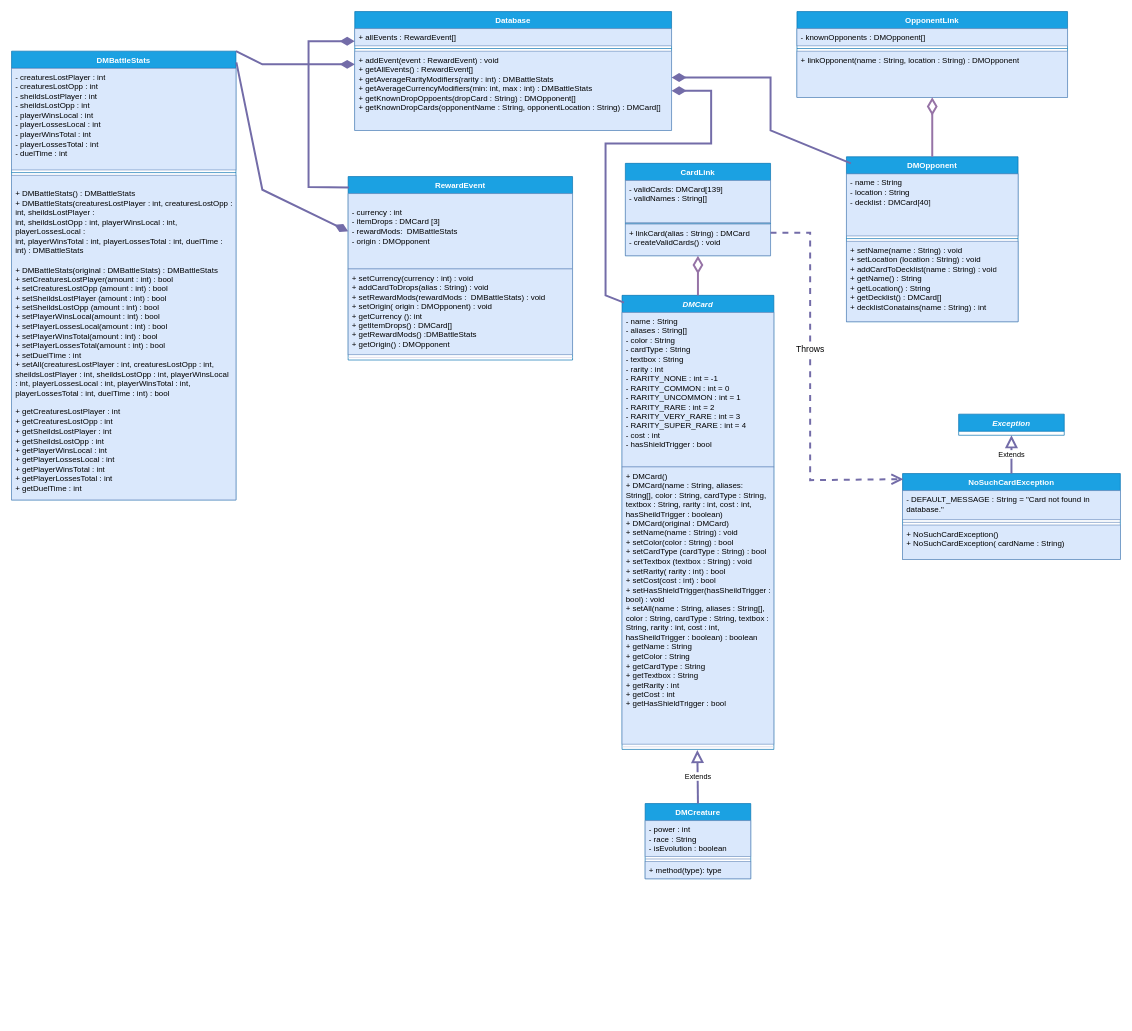
The draw.io diagram UML.drawio in MiraCosta-Varga/cs112-ud1-oop-uml-schoolCorey, before the edit. Source tidied: cells renumbered, new cells numbered last; positions are measured from the earlier drawing's top-left corner, leaving out a move shared by most shapes. Both pictures are drawn from the tidied source at 66%, with x=0, y=0 at pixel (11, 11).
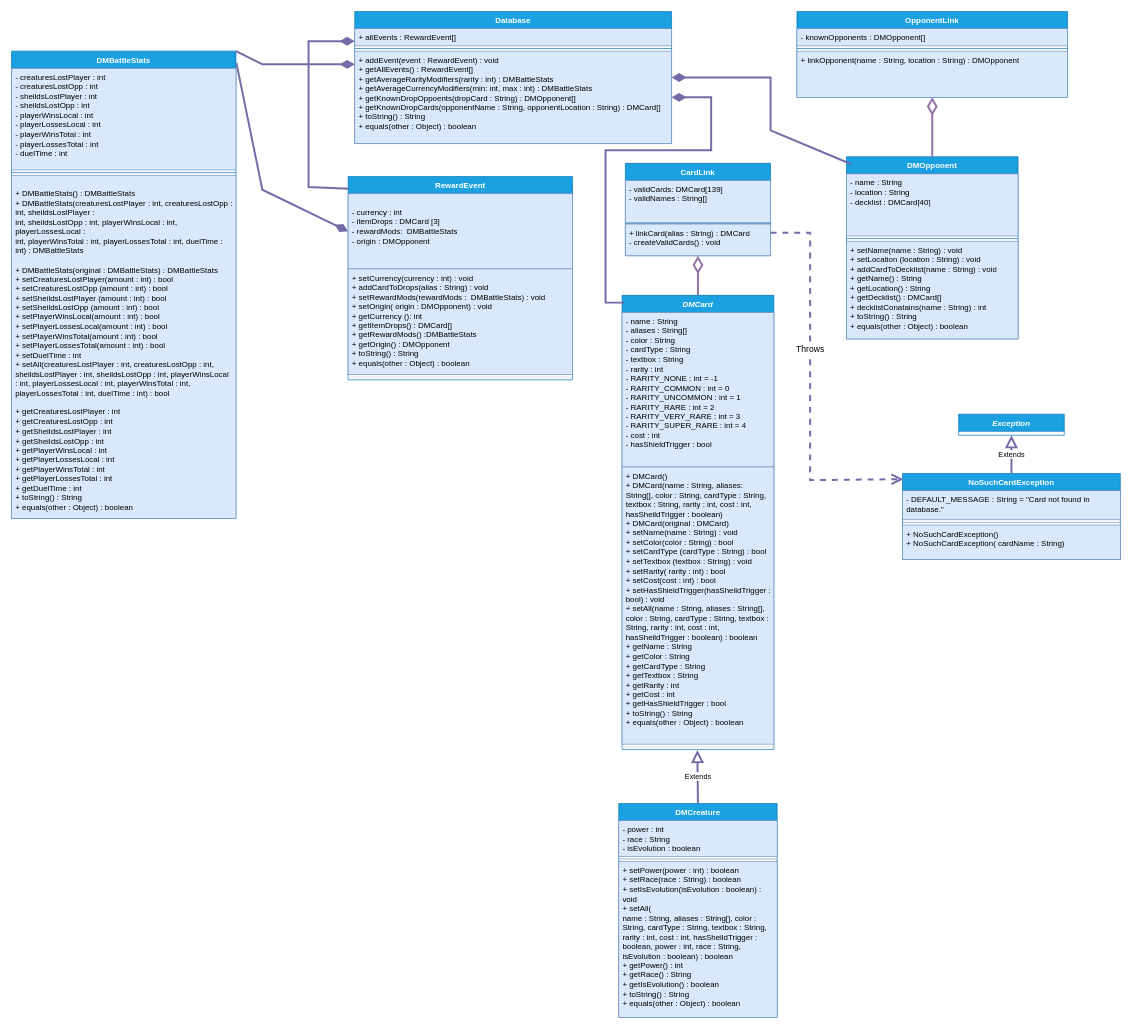
The same diagram, later.

Commit message:
rememberd more required methods & DMCreature methods for UML

Unchanged cells that the change refers to:
```xml
<mxCell id="6" value="&lt;i&gt;DMCard&lt;/i&gt;" style="swimlane;fontStyle=1;align=center;verticalAlign=top;horizontal=1;startSize=26;whiteSpace=wrap;html=1;rounded=0;labelBackgroundColor=none;fillColor=#1ba1e2;strokeColor=#006EAF;fontColor=#ffffff;" parent="1" vertex="1">
  <mxGeometry x="925" y="430" width="230" height="688" as="geometry" />
</mxCell>
```

The edit, as a diff of the source:
```diff
@@
     <mxCell id="2" value="RewardEvent" style="swimlane;fontStyle=1;align=center;verticalAlign=top;horizontal=1;startSize=26;whiteSpace=wrap;html=1;rounded=0;labelBackgroundColor=none;fillColor=#1ba1e2;strokeColor=#006EAF;fontColor=#ffffff;" parent="1" vertex="1">
-      <mxGeometry x="510" y="250" width="340" height="278" as="geometry" />
+      <mxGeometry x="510" y="250" width="340" height="308" as="geometry" />
     </mxCell>
@@
-    <mxCell id="4" value="&lt;div&gt;+ setCurrency(currency : int) : void&lt;br&gt;&lt;/div&gt;&lt;div&gt;+ addCardToDrops(alias : String) : void&lt;/div&gt;&lt;div&gt;+ setRewardMods(rewardMods :&amp;nbsp; DMBattleStats) : void&lt;br&gt;&lt;/div&gt;&lt;div&gt;+ setOrigin( origin : DMOpponent) : void&lt;br&gt;&lt;/div&gt;&lt;div&gt;+ getCurrency (): int&lt;/div&gt;&lt;div&gt;+ getItemDrops() : DMCard[]&lt;/div&gt;&lt;div&gt;+ getRewardMods() :DMBattleStats&lt;/div&gt;+ getOrigin() : DMOpponent" style="text;strokeColor=#6c8ebf;fillColor=#dae8fc;align=left;verticalAlign=top;spacingLeft=4;spacingRight=4;overflow=hidden;whiteSpace=wrap;html=1;rounded=0;labelBackgroundColor=none;" parent="2" vertex="1">
-      <mxGeometry y="140" width="340" height="130" as="geometry" />
+    <mxCell id="4" value="&lt;div&gt;+ setCurrency(currency : int) : void&lt;br&gt;&lt;/div&gt;&lt;div&gt;+ addCardToDrops(alias : String) : void&lt;/div&gt;&lt;div&gt;+ setRewardMods(rewardMods :&amp;nbsp; DMBattleStats) : void&lt;br&gt;&lt;/div&gt;&lt;div&gt;+ setOrigin( origin : DMOpponent) : void&lt;br&gt;&lt;/div&gt;&lt;div&gt;+ getCurrency (): int&lt;/div&gt;&lt;div&gt;+ getItemDrops() : DMCard[]&lt;/div&gt;&lt;div&gt;+ getRewardMods() :DMBattleStats&lt;/div&gt;+ getOrigin() : DMOpponent&lt;br&gt;&lt;div style=&quot;border-color: var(--border-color);&quot;&gt;+ toString() : String&lt;/div&gt;&lt;div style=&quot;border-color: var(--border-color);&quot;&gt;+ equals(other : Object) : boolean&lt;/div&gt;" style="text;strokeColor=#6c8ebf;fillColor=#dae8fc;align=left;verticalAlign=top;spacingLeft=4;spacingRight=4;overflow=hidden;whiteSpace=wrap;html=1;rounded=0;labelBackgroundColor=none;" parent="2" vertex="1">
+      <mxGeometry y="140" width="340" height="160" as="geometry" />
     </mxCell>
     <mxCell id="5" style="line;strokeWidth=1;fillColor=none;align=left;verticalAlign=middle;spacingTop=-1;spacingLeft=3;spacingRight=3;labelPosition=right;rounded=0;labelBackgroundColor=none;strokeColor=#D0CEE2;fontColor=#1A1A1A;" parent="2" vertex="1">
-      <mxGeometry y="270" width="340" height="8" as="geometry" />
+      <mxGeometry y="300" width="340" height="8" as="geometry" />
     </mxCell>
@@
-    <mxCell id="8" value="&lt;div&gt;+ DMCard()&lt;/div&gt;&lt;div&gt;+ DMCard(name : String, aliases: String[], color : String, cardType : String, textbox : String, rarity : int, cost : int, hasSheildTrigger : boolean)&lt;/div&gt;&lt;div&gt;+ DMCard(original : DMCard)&lt;br&gt;&lt;/div&gt;&lt;div&gt;+ setName(name : String) : void&lt;br&gt;&lt;/div&gt;&lt;div&gt;+ setColor(color : String) : bool&lt;br&gt;&lt;/div&gt;&lt;div&gt;+ setCardType (cardType : String) : bool&lt;br&gt;&lt;/div&gt;&lt;div&gt;+ setTextbox (textbox : String) : void&lt;br&gt;&lt;/div&gt;&lt;div&gt;+ setRarity( rarity : int) : bool&lt;br&gt;&lt;/div&gt;&lt;div&gt;+ setCost(cost : int) : bool&lt;br&gt;&lt;/div&gt;&lt;div&gt;+ setHasShieldTrigger(hasSheildTrigger : bool) : void&lt;/div&gt;&lt;div&gt;+ setAll(name : String, aliases : String[], color : String, cardType : String, textbox : String, rarity : int, cost : int, hasSheildTrigger : boolean) : boolean&lt;br&gt;&lt;/div&gt;&lt;div&gt;&lt;div&gt;+ getName : String&lt;/div&gt;&lt;div&gt;+ getColor : String&lt;br&gt;&lt;/div&gt;&lt;div&gt;+ getCardType : String&lt;/div&gt;&lt;div&gt;+ getTextbox : String&lt;br&gt;&lt;/div&gt;&lt;div&gt;+ getRarity : int&lt;/div&gt;&lt;div&gt;+ getCost : int&lt;/div&gt;&lt;div&gt;+ getHasShieldTrigger : bool&lt;br&gt;&lt;/div&gt;&lt;div&gt;&lt;br&gt;&lt;br&gt;&lt;/div&gt;&lt;br&gt;&lt;br&gt;&lt;/div&gt;" style="text;strokeColor=#6c8ebf;fillColor=#dae8fc;align=left;verticalAlign=top;spacingLeft=4;spacingRight=4;overflow=hidden;whiteSpace=wrap;html=1;rounded=0;labelBackgroundColor=none;" parent="6" vertex="1">
+    <mxCell id="8" value="&lt;div&gt;+ DMCard()&lt;/div&gt;&lt;div&gt;+ DMCard(name : String, aliases: String[], color : String, cardType : String, textbox : String, rarity : int, cost : int, hasSheildTrigger : boolean)&lt;/div&gt;&lt;div&gt;+ DMCard(original : DMCard)&lt;br&gt;&lt;/div&gt;&lt;div&gt;+ setName(name : String) : void&lt;br&gt;&lt;/div&gt;&lt;div&gt;+ setColor(color : String) : bool&lt;br&gt;&lt;/div&gt;&lt;div&gt;+ setCardType (cardType : String) : bool&lt;br&gt;&lt;/div&gt;&lt;div&gt;+ setTextbox (textbox : String) : void&lt;br&gt;&lt;/div&gt;&lt;div&gt;+ setRarity( rarity : int) : bool&lt;br&gt;&lt;/div&gt;&lt;div&gt;+ setCost(cost : int) : bool&lt;br&gt;&lt;/div&gt;&lt;div&gt;+ setHasShieldTrigger(hasSheildTrigger : bool) : void&lt;/div&gt;&lt;div&gt;+ setAll(name : String, aliases : String[], color : String, cardType : String, textbox : String, rarity : int, cost : int, hasSheildTrigger : boolean) : boolean&lt;br&gt;&lt;/div&gt;&lt;div&gt;&lt;div&gt;+ getName : String&lt;/div&gt;&lt;div&gt;+ getColor : String&lt;br&gt;&lt;/div&gt;&lt;div&gt;+ getCardType : String&lt;/div&gt;&lt;div&gt;+ getTextbox : String&lt;br&gt;&lt;/div&gt;&lt;div&gt;+ getRarity : int&lt;/div&gt;&lt;div&gt;+ getCost : int&lt;/div&gt;&lt;div&gt;+ getHasShieldTrigger : bool&lt;br&gt;&lt;/div&gt;&lt;div&gt;+ toString() : String&lt;/div&gt;&lt;div&gt;+ equals(other : Object) : boolean&lt;br&gt;&lt;br&gt;&lt;/div&gt;&lt;br&gt;&lt;br&gt;&lt;/div&gt;" style="text;strokeColor=#6c8ebf;fillColor=#dae8fc;align=left;verticalAlign=top;spacingLeft=4;spacingRight=4;overflow=hidden;whiteSpace=wrap;html=1;rounded=0;labelBackgroundColor=none;" parent="6" vertex="1">
       <mxGeometry y="260" width="230" height="420" as="geometry" />
     </mxCell>
@@
     <mxCell id="10" value="DMBattleStats" style="swimlane;fontStyle=1;align=center;verticalAlign=top;horizontal=1;startSize=26;whiteSpace=wrap;html=1;strokeColor=#006EAF;fontColor=#ffffff;fillColor=#1ba1e2;" parent="1" vertex="1">
-      <mxGeometry y="60" width="340" height="680" as="geometry" />
+      <mxGeometry y="60" width="340" height="708" as="geometry" />
     </mxCell>
@@
-    <mxCell id="13" value="&lt;br&gt;&lt;div&gt;+ DMBattleStats() : DMBattleStats&lt;/div&gt;&lt;div&gt;+ DMBattleStats(creaturesLostPlayer : int, creaturesLostOpp : int, sheildsLostPlayer : &lt;br&gt;int, sheildsLostOpp : int, playerWinsLocal : int, playerLossesLocal : &lt;br&gt;int, playerWinsTotal : int, playerLossesTotal : int, duelTime : int) : DMBattleStats&lt;/div&gt;&lt;div&gt;&lt;br&gt;&lt;/div&gt;&lt;div&gt;+ DMBattleStats(original : DMBattleStats) : DMBattleStats&lt;br&gt;&lt;/div&gt;&lt;div&gt;+ setCreaturesLostPlayer(amount : int) : bool&lt;/div&gt;&lt;div&gt;+ setCreaturesLostOpp (amount : int) : bool&lt;br&gt;&lt;/div&gt;&lt;div&gt;+ setSheildsLostPlayer (amount : int) : bool&lt;br&gt;&lt;/div&gt;&lt;div&gt;+ setSheildsLostOpp (amount : int) : bool&lt;br&gt;&lt;/div&gt;&lt;div&gt;+ setPlayerWinsLocal(amount : int) : bool&lt;br&gt;&lt;/div&gt;&lt;div&gt;+ setPlayerLossesLocal(amount : int) : bool&lt;br&gt;&lt;/div&gt;&lt;div&gt;&lt;div&gt;+ setPlayerWinsTotal(amount : int) : bool&lt;br&gt;&lt;/div&gt;+ setPlayerLossesTotal(amount : int) : bool&lt;br&gt;&lt;/div&gt;&lt;div&gt;+ setDuelTime : int&lt;br&gt;&lt;/div&gt;&lt;div&gt;+ setAll(creaturesLostPlayer : int, creaturesLostOpp : int, sheildsLostPlayer : int, sheildsLostOpp : int, playerWinsLocal : int, playerLossesLocal : int, playerWinsTotal : int, playerLossesTotal : int, duelTime : int) : bool&lt;/div&gt;&lt;div&gt;&lt;br&gt;&lt;/div&gt;&lt;div&gt;&lt;div&gt;+ getCreaturesLostPlayer : int&lt;/div&gt;&lt;div&gt;+ getCreaturesLostOpp : int&lt;/div&gt;&lt;div&gt;+ getSheildsLostPlayer : int&lt;/div&gt;&lt;div&gt;+ getSheildsLostOpp : int&lt;/div&gt;&lt;div&gt;+ getPlayerWinsLocal : int&lt;/div&gt;&lt;div&gt;+ getPlayerLossesLocal : int&lt;/div&gt;&lt;div&gt;&lt;div&gt;+ getPlayerWinsTotal : int&lt;/div&gt;+ getPlayerLossesTotal : int&lt;/div&gt;&lt;div&gt;+ getDuelTime : int&lt;br&gt;&lt;/div&gt;&lt;/div&gt;" style="text;strokeColor=#6c8ebf;fillColor=#dae8fc;align=left;verticalAlign=top;spacingLeft=4;spacingRight=4;overflow=hidden;whiteSpace=wrap;html=1;" parent="10" vertex="1">
-      <mxGeometry y="188" width="340" height="492" as="geometry" />
+    <mxCell id="13" value="&lt;br&gt;&lt;div&gt;+ DMBattleStats() : DMBattleStats&lt;/div&gt;&lt;div&gt;+ DMBattleStats(creaturesLostPlayer : int, creaturesLostOpp : int, sheildsLostPlayer : &lt;br&gt;int, sheildsLostOpp : int, playerWinsLocal : int, playerLossesLocal : &lt;br&gt;int, playerWinsTotal : int, playerLossesTotal : int, duelTime : int) : DMBattleStats&lt;/div&gt;&lt;div&gt;&lt;br&gt;&lt;/div&gt;&lt;div&gt;+ DMBattleStats(original : DMBattleStats) : DMBattleStats&lt;br&gt;&lt;/div&gt;&lt;div&gt;+ setCreaturesLostPlayer(amount : int) : bool&lt;/div&gt;&lt;div&gt;+ setCreaturesLostOpp (amount : int) : bool&lt;br&gt;&lt;/div&gt;&lt;div&gt;+ setSheildsLostPlayer (amount : int) : bool&lt;br&gt;&lt;/div&gt;&lt;div&gt;+ setSheildsLostOpp (amount : int) : bool&lt;br&gt;&lt;/div&gt;&lt;div&gt;+ setPlayerWinsLocal(amount : int) : bool&lt;br&gt;&lt;/div&gt;&lt;div&gt;+ setPlayerLossesLocal(amount : int) : bool&lt;br&gt;&lt;/div&gt;&lt;div&gt;&lt;div&gt;+ setPlayerWinsTotal(amount : int) : bool&lt;br&gt;&lt;/div&gt;+ setPlayerLossesTotal(amount : int) : bool&lt;br&gt;&lt;/div&gt;&lt;div&gt;+ setDuelTime : int&lt;br&gt;&lt;/div&gt;&lt;div&gt;+ setAll(creaturesLostPlayer : int, creaturesLostOpp : int, sheildsLostPlayer : int, sheildsLostOpp : int, playerWinsLocal : int, playerLossesLocal : int, playerWinsTotal : int, playerLossesTotal : int, duelTime : int) : bool&lt;/div&gt;&lt;div&gt;&lt;br&gt;&lt;/div&gt;&lt;div&gt;&lt;div&gt;+ getCreaturesLostPlayer : int&lt;/div&gt;&lt;div&gt;+ getCreaturesLostOpp : int&lt;/div&gt;&lt;div&gt;+ getSheildsLostPlayer : int&lt;/div&gt;&lt;div&gt;+ getSheildsLostOpp : int&lt;/div&gt;&lt;div&gt;+ getPlayerWinsLocal : int&lt;/div&gt;&lt;div&gt;+ getPlayerLossesLocal : int&lt;/div&gt;&lt;div&gt;&lt;div&gt;+ getPlayerWinsTotal : int&lt;/div&gt;+ getPlayerLossesTotal : int&lt;/div&gt;&lt;div&gt;+ getDuelTime : int&lt;br&gt;&lt;/div&gt;&lt;/div&gt;&lt;div&gt;&lt;div style=&quot;border-color: var(--border-color);&quot;&gt;+ toString() : String&lt;/div&gt;&lt;div style=&quot;border-color: var(--border-color);&quot;&gt;+ equals(other : Object) : boolean&lt;/div&gt;&lt;/div&gt;" style="text;strokeColor=#6c8ebf;fillColor=#dae8fc;align=left;verticalAlign=top;spacingLeft=4;spacingRight=4;overflow=hidden;whiteSpace=wrap;html=1;" parent="10" vertex="1">
+      <mxGeometry y="188" width="340" height="520" as="geometry" />
     </mxCell>
     <mxCell id="14" value="DMOpponent" style="swimlane;fontStyle=1;align=center;verticalAlign=top;horizontal=1;startSize=26;whiteSpace=wrap;html=1;strokeColor=#006EAF;fontColor=#ffffff;fillColor=#1ba1e2;" parent="1" vertex="1">
-      <mxGeometry x="1265" y="220" width="260" height="250" as="geometry" />
+      <mxGeometry x="1265" y="220" width="260" height="276" as="geometry" />
     </mxCell>
@@
-    <mxCell id="17" value="&lt;div&gt;+ setName(name : String) : void&lt;/div&gt;&lt;div&gt;+ setLocation (location : String) : void&lt;/div&gt;&lt;div&gt;+ addCardToDecklist(name : String) : void&lt;br&gt;&lt;/div&gt;&lt;div&gt;+ getName() : String&lt;/div&gt;&lt;div&gt;+ getLocation() : String&lt;/div&gt;&lt;div&gt;+ getDecklist() : DMCard[]&lt;/div&gt;&lt;div&gt;+ decklistConatains(name : String) : int&lt;br&gt;&lt;/div&gt;" style="text;strokeColor=#6c8ebf;fillColor=#dae8fc;align=left;verticalAlign=top;spacingLeft=4;spacingRight=4;overflow=hidden;whiteSpace=wrap;html=1;" parent="14" vertex="1">
-      <mxGeometry y="128" width="260" height="122" as="geometry" />
+    <mxCell id="17" value="&lt;div&gt;+ setName(name : String) : void&lt;/div&gt;&lt;div&gt;+ setLocation (location : String) : void&lt;/div&gt;&lt;div&gt;+ addCardToDecklist(name : String) : void&lt;br&gt;&lt;/div&gt;&lt;div&gt;+ getName() : String&lt;/div&gt;&lt;div&gt;+ getLocation() : String&lt;/div&gt;&lt;div&gt;+ getDecklist() : DMCard[]&lt;/div&gt;&lt;div&gt;+ decklistConatains(name : String) : int&lt;br&gt;&lt;/div&gt;&lt;div&gt;&lt;div style=&quot;border-color: var(--border-color);&quot;&gt;+ toString() : String&lt;/div&gt;&lt;div style=&quot;border-color: var(--border-color);&quot;&gt;+ equals(other : Object) : boolean&lt;/div&gt;&lt;/div&gt;" style="text;strokeColor=#6c8ebf;fillColor=#dae8fc;align=left;verticalAlign=top;spacingLeft=4;spacingRight=4;overflow=hidden;whiteSpace=wrap;html=1;" parent="14" vertex="1">
+      <mxGeometry y="128" width="260" height="148" as="geometry" />
     </mxCell>
@@
     <mxCell id="20" value="Database" style="swimlane;fontStyle=1;align=center;verticalAlign=top;horizontal=1;startSize=26;whiteSpace=wrap;html=1;strokeColor=#006EAF;fillColor=#1ba1e2;fontColor=#ffffff;" parent="1" vertex="1">
-      <mxGeometry x="520" width="480" height="180" as="geometry" />
+      <mxGeometry x="520" width="480" height="200" as="geometry" />
     </mxCell>
@@
-    <mxCell id="23" value="&lt;div&gt;&lt;span style=&quot;background-color: initial;&quot;&gt;+ addEvent(event : RewardEvent) : void&lt;/span&gt;&lt;br&gt;&lt;/div&gt;&lt;div&gt;+ getAllEvents() : RewardEvent[]&lt;br&gt;&lt;/div&gt;&lt;div&gt;&lt;div style=&quot;border-color: var(--border-color);&quot;&gt;+ getAverageRarityModifiers(rarity : int) : DMBattleStats&lt;/div&gt;&lt;div style=&quot;border-color: var(--border-color);&quot;&gt;&lt;div style=&quot;border-color: var(--border-color);&quot;&gt;+ getAverageCurrencyModifiers(min: int, max : int) : DMBattleStats&lt;/div&gt;&lt;/div&gt;&lt;div style=&quot;border-color: var(--border-color);&quot;&gt;+ getKnownDropOppoents(dropCard : String) : DMOpponent[]&lt;/div&gt;&lt;div style=&quot;border-color: var(--border-color);&quot;&gt;+ getKnownDropCards(opponentName : String, opponentLocation : String) : DMCard[]&lt;/div&gt;&lt;/div&gt;" style="text;strokeColor=#6c8ebf;fillColor=#dae8fc;align=left;verticalAlign=top;spacingLeft=4;spacingRight=4;overflow=hidden;points=[[0,0.5],[1,0.5]];portConstraint=eastwest;whiteSpace=wrap;html=1;" parent="20" vertex="1">
-      <mxGeometry y="60" width="480" height="120" as="geometry" />
+    <mxCell id="23" value="&lt;div&gt;&lt;span style=&quot;background-color: initial;&quot;&gt;+ addEvent(event : RewardEvent) : void&lt;/span&gt;&lt;br&gt;&lt;/div&gt;&lt;div&gt;+ getAllEvents() : RewardEvent[]&lt;br&gt;&lt;/div&gt;&lt;div&gt;&lt;div style=&quot;border-color: var(--border-color);&quot;&gt;+ getAverageRarityModifiers(rarity : int) : DMBattleStats&lt;/div&gt;&lt;div style=&quot;border-color: var(--border-color);&quot;&gt;&lt;div style=&quot;border-color: var(--border-color);&quot;&gt;+ getAverageCurrencyModifiers(min: int, max : int) : DMBattleStats&lt;/div&gt;&lt;/div&gt;&lt;div style=&quot;border-color: var(--border-color);&quot;&gt;+ getKnownDropOppoents(dropCard : String) : DMOpponent[]&lt;/div&gt;&lt;div style=&quot;border-color: var(--border-color);&quot;&gt;+ getKnownDropCards(opponentName : String, opponentLocation : String) : DMCard[]&lt;/div&gt;&lt;/div&gt;&lt;div style=&quot;border-color: var(--border-color);&quot;&gt;&lt;div style=&quot;border-color: var(--border-color);&quot;&gt;+ toString() : String&lt;/div&gt;&lt;div style=&quot;border-color: var(--border-color);&quot;&gt;+ equals(other : Object) : boolean&lt;/div&gt;&lt;/div&gt;" style="text;strokeColor=#6c8ebf;fillColor=#dae8fc;align=left;verticalAlign=top;spacingLeft=4;spacingRight=4;overflow=hidden;points=[[0,0.5],[1,0.5]];portConstraint=eastwest;whiteSpace=wrap;html=1;" parent="20" vertex="1">
+      <mxGeometry y="60" width="480" height="140" as="geometry" />
     </mxCell>
     <mxCell id="24" value="DMCreature" style="swimlane;fontStyle=1;align=center;verticalAlign=top;horizontal=1;startSize=26;whiteSpace=wrap;html=1;fillColor=#1ba1e2;strokeColor=#006EAF;fontColor=#ffffff;" parent="1" vertex="1">
-      <mxGeometry x="960" y="1200" width="160" height="114" as="geometry" />
+      <mxGeometry x="920" y="1200" width="240" height="324" as="geometry" />
     </mxCell>
     <mxCell id="25" value="&lt;div&gt;- power : int&lt;/div&gt;&lt;div&gt;- race : String&lt;br&gt;&lt;/div&gt;&lt;div&gt;- isEvolution : boolean&lt;br&gt;&lt;/div&gt;" style="text;strokeColor=#6c8ebf;fillColor=#dae8fc;align=left;verticalAlign=top;spacingLeft=4;spacingRight=4;overflow=hidden;whiteSpace=wrap;html=1;" parent="24" vertex="1">
-      <mxGeometry y="26" width="160" height="54" as="geometry" />
+      <mxGeometry y="26" width="240" height="54" as="geometry" />
     </mxCell>
     <mxCell id="26" style="line;strokeWidth=1;fillColor=#dae8fc;align=left;verticalAlign=middle;spacingTop=-1;spacingLeft=3;spacingRight=3;labelPosition=right;strokeColor=#6c8ebf;" parent="24" vertex="1">
-      <mxGeometry y="80" width="160" height="8" as="geometry" />
+      <mxGeometry y="80" width="240" height="8" as="geometry" />
     </mxCell>
-    <mxCell id="27" value="+ method(type): type" style="text;strokeColor=#6c8ebf;fillColor=#dae8fc;align=left;verticalAlign=top;spacingLeft=4;spacingRight=4;overflow=hidden;whiteSpace=wrap;html=1;" parent="24" vertex="1">
-      <mxGeometry y="88" width="160" height="26" as="geometry" />
+    <mxCell id="27" value="&lt;div style=&quot;border-color: var(--border-color);&quot;&gt;+ setPower(power : int) : boolean&lt;/div&gt;&lt;div style=&quot;border-color: var(--border-color);&quot;&gt;+ setRace(race : String) : boolean&lt;/div&gt;&lt;div style=&quot;border-color: var(--border-color);&quot;&gt;+ setIsEvolution(isEvolution : boolean) : void&lt;/div&gt;&lt;div style=&quot;border-color: var(--border-color);&quot;&gt;+ setAll(&lt;/div&gt;name : String, aliases : String[], color : String, cardType : String, textbox : String, rarity : int, cost : int, hasSheildTrigger : boolean, power : int, race : String, isEvolution : boolean&lt;span style=&quot;background-color: initial;&quot;&gt;) : boolean&lt;/span&gt;&lt;br&gt;&lt;div style=&quot;border-color: var(--border-color);&quot;&gt;+ getPower() : int&lt;/div&gt;&lt;div style=&quot;border-color: var(--border-color);&quot;&gt;+ getRace() : String&lt;/div&gt;&lt;div style=&quot;border-color: var(--border-color);&quot;&gt;+ getIsEvolution() : boolean&lt;/div&gt;&lt;div style=&quot;border-color: var(--border-color);&quot;&gt;+ toString() : String&lt;/div&gt;&lt;div style=&quot;border-color: var(--border-color);&quot;&gt;+ equals(other : Object) : boolean&lt;/div&gt;" style="text;strokeColor=#6c8ebf;fillColor=#dae8fc;align=left;verticalAlign=top;spacingLeft=4;spacingRight=4;overflow=hidden;whiteSpace=wrap;html=1;" parent="24" vertex="1">
+      <mxGeometry y="88" width="240" height="236" as="geometry" />
     </mxCell>
@@
-    <mxCell id="33" style="endArrow=diamondThin;endFill=1;endSize=14;html=1;rounded=0;strokeColor=#736CA8;fontColor=#1A1A1A;entryX=0;entryY=0.25;entryDx=0;entryDy=0;strokeWidth=3;exitX=0.003;exitY=0.06;exitDx=0;exitDy=0;exitPerimeter=0;" parent="1" edge="1" source="2" target="20">
+    <mxCell id="33" style="endArrow=diamondThin;endFill=1;endSize=14;html=1;rounded=0;strokeColor=#736CA8;fontColor=#1A1A1A;strokeWidth=3;exitX=0.003;exitY=0.06;exitDx=0;exitDy=0;exitPerimeter=0;" parent="1" edge="1" source="2">
       <mxGeometry relative="1" as="geometry">
+        <mxPoint x="520" y="45" as="targetPoint" />
         <Array as="points">
           <mxPoint x="450" y="266" />
           <mxPoint x="450" y="45" />
         </Array>
       </mxGeometry>
     </mxCell>
@@
     <mxCell id="48" style="endArrow=diamondThin;endFill=1;endSize=14;html=1;rounded=0;strokeColor=#736CA8;fontColor=#1A1A1A;strokeWidth=3;entryX=1;entryY=0.5;entryDx=0;entryDy=0;exitX=0.013;exitY=0.016;exitDx=0;exitDy=0;exitPerimeter=0;" parent="1" edge="1" source="6" target="23">
       <mxGeometry relative="1" as="geometry">
         <Array as="points">
-          <mxPoint x="900" y="430" />
-          <mxPoint x="900" y="200" />
-          <mxPoint x="1060" y="200" />
-          <mxPoint x="1060" y="120" />
+          <mxPoint x="900" y="441" />
+          <mxPoint x="900" y="210" />
+          <mxPoint x="1060" y="210" />
+          <mxPoint x="1060" y="130" />
         </Array>
       </mxGeometry>
     </mxCell>
```
